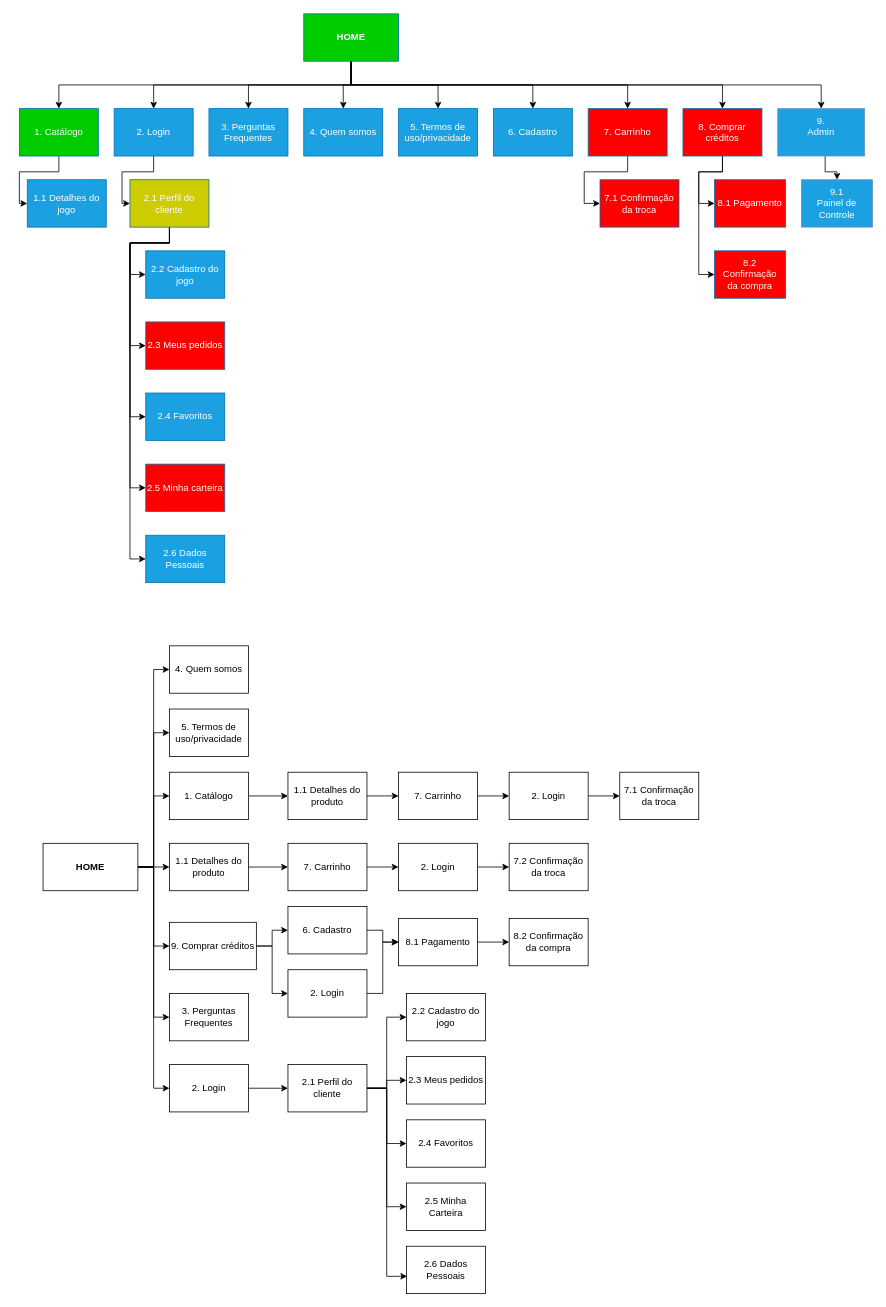
The draw.io diagram page "Site map" (1 of 22) of wireframe.drawio in pdaambrosio/dh_group_5, before the edit. Source tidied: cells renumbered, new cells numbered last; positions are measured from the earlier drawing's top-left corner, leaving out a move shared by most shapes. Both pictures are drawn from the tidied source at 79%, with x=0, y=0 at pixel (19, 13).
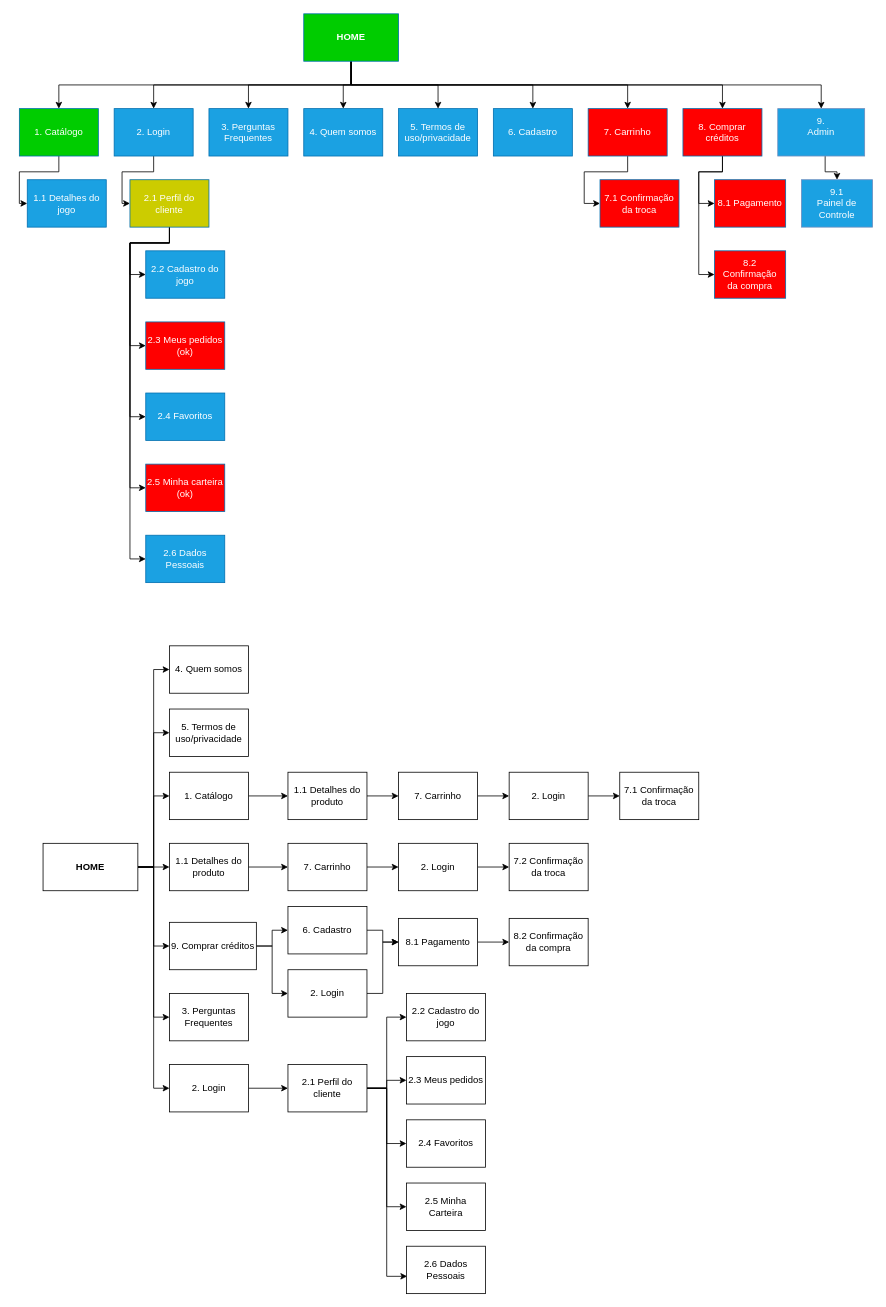
Above is the later version.

Diff of the diagram source:
```diff
@@
-    <mxCell id="30" value="2.3 Meus pedidos" style="rounded=0;whiteSpace=wrap;html=1;verticalAlign=middle;strokeColor=#006EAF;fontColor=#ffffff;fillColor=#FF0000;" parent="1" vertex="1">
+    <mxCell id="30" value="2.3 Meus pedidos&lt;br&gt;(ok)" style="rounded=0;whiteSpace=wrap;html=1;verticalAlign=middle;strokeColor=#006EAF;fontColor=#ffffff;fillColor=#FF0000;" parent="1" vertex="1">
       <mxGeometry x="160" y="390" width="100" height="60" as="geometry" />
     </mxCell>
@@
-    <mxCell id="34" value="2.5 Minha carteira" style="rounded=0;whiteSpace=wrap;html=1;strokeColor=#006EAF;fontColor=#ffffff;fillColor=#FF0000;" parent="1" vertex="1">
+    <mxCell id="34" value="2.5 Minha carteira&lt;br&gt;(ok)" style="rounded=0;whiteSpace=wrap;html=1;strokeColor=#006EAF;fontColor=#ffffff;fillColor=#FF0000;" parent="1" vertex="1">
       <mxGeometry x="160" y="570" width="100" height="60" as="geometry" />
     </mxCell>
```
